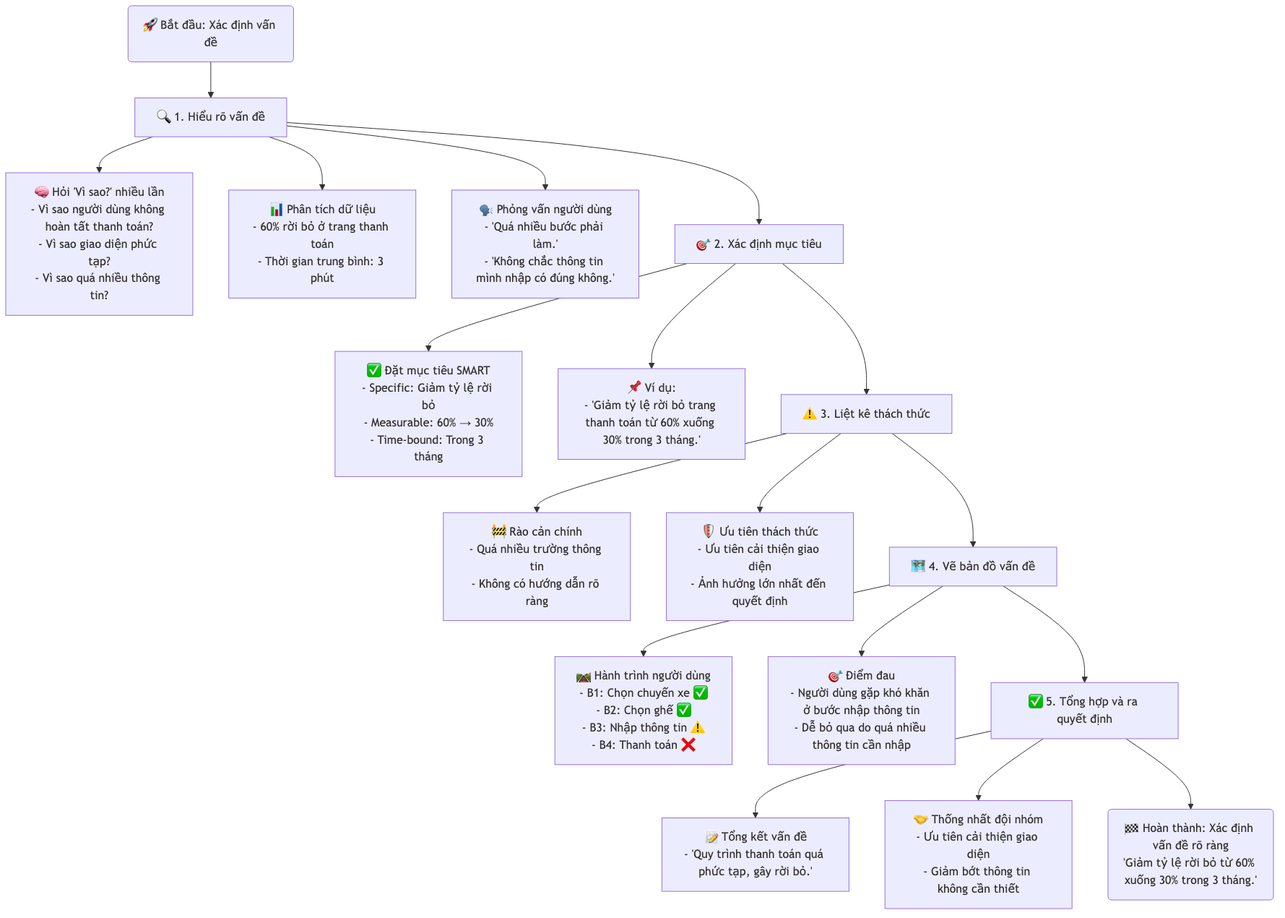
Before: docs/designsprintkit/understand-example.mmd.png, a diagram exported from Mermaid (qtvhao/quickcurl). Its source is kept beside it as docs/designsprintkit/understand-example.mmd.
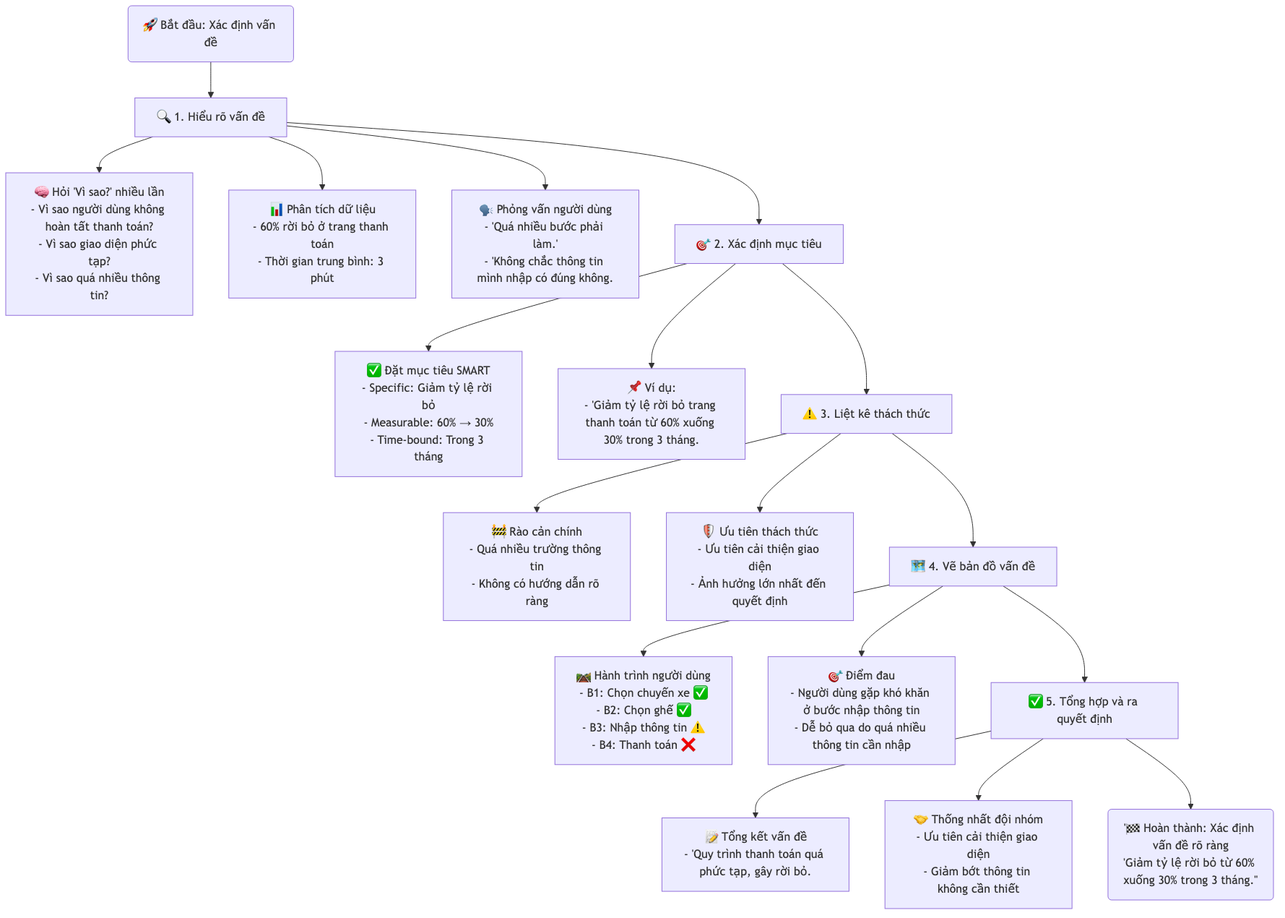
The same diagram one commit later.

What changed in the source:
```diff
@@ -3,11 +3,11 @@
 
     B --> B1[🧠 Hỏi 'Vì sao?' nhiều lần<br>- Vì sao người dùng không hoàn tất thanh toán?<br>- Vì sao giao diện phức tạp?<br>- Vì sao quá nhiều thông tin?]
     B --> B2[📊 Phân tích dữ liệu<br>- 60% rời bỏ ở trang thanh toán<br>- Thời gian trung bình: 3 phút]
-    B --> B3[🗣️ Phỏng vấn người dùng<br>- 'Quá nhiều bước phải làm.'<br>- 'Không chắc thông tin mình nhập có đúng không."]
+    B --> B3["🗣️ Phỏng vấn người dùng<br>- 'Quá nhiều bước phải làm.'<br>- 'Không chắc thông tin mình nhập có đúng không."]
 
     B --> C[🎯 2. Xác định mục tiêu]
     C --> C1[✅ Đặt mục tiêu SMART<br>- Specific: Giảm tỷ lệ rời bỏ<br>- Measurable: 60% → 30%<br>- Time-bound: Trong 3 tháng]
-    C --> C2[📌 Ví dụ:<br>- 'Giảm tỷ lệ rời bỏ trang thanh toán từ 60% xuống 30% trong 3 tháng."]
+    C --> C2["📌 Ví dụ:<br>- 'Giảm tỷ lệ rời bỏ trang thanh toán từ 60% xuống 30% trong 3 tháng."]
 
     C --> D[⚠️ 3. Liệt kê thách thức]
     D --> D1[🚧 Rào cản chính<br>- Quá nhiều trường thông tin<br>- Không có hướng dẫn rõ ràng]
@@ -18,7 +18,7 @@
     E --> E2[🎯 Điểm đau<br>- Người dùng gặp khó khăn ở bước nhập thông tin<br>- Dễ bỏ qua do quá nhiều thông tin cần nhập]
 
     E --> F[✅ 5. Tổng hợp và ra quyết định]
-    F --> F1[📝 Tổng kết vấn đề<br>- 'Quy trình thanh toán quá phức tạp, gây rời bỏ."]
+    F --> F1["📝 Tổng kết vấn đề<br>- 'Quy trình thanh toán quá phức tạp, gây rời bỏ."]
     F --> F2[🤝 Thống nhất đội nhóm<br>- Ưu tiên cải thiện giao diện<br>- Giảm bớt thông tin không cần thiết]
 
-    F --> Z(🏁 Hoàn thành: Xác định vấn đề rõ ràng<br>'Giảm tỷ lệ rời bỏ từ 60% xuống 30% trong 3 tháng.')
+    F --> Z('🏁 Hoàn thành: Xác định vấn đề rõ ràng<br>'Giảm tỷ lệ rời bỏ từ 60% xuống 30% trong 3 tháng.'')
```
